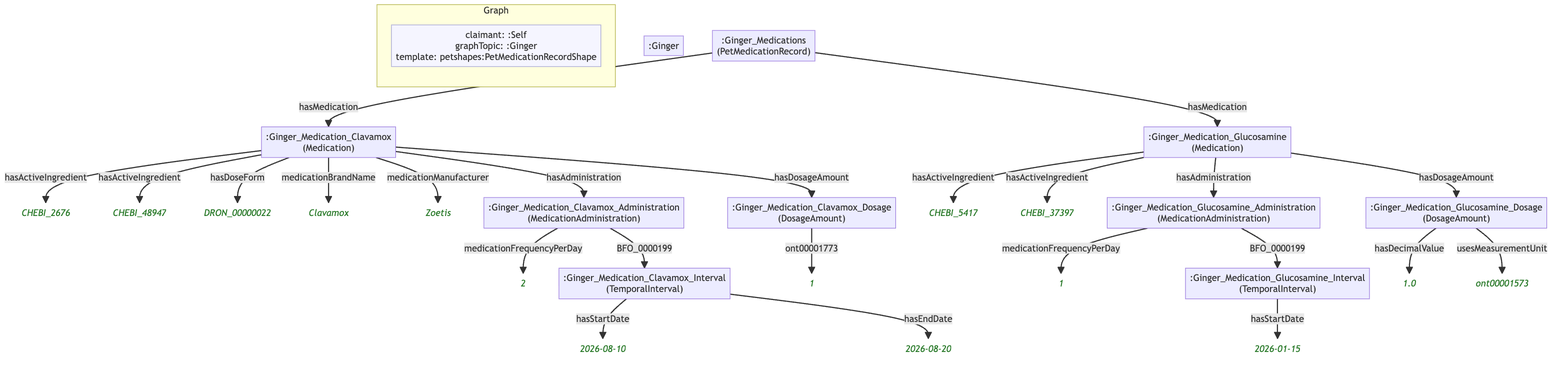
This is example/graphs/images/graph-32.png from MeeFoundation/mia-ontologies, a Mermaid export, as it was before one commit. Its source is kept beside it as example/graphs/images/graph-32.mmd.
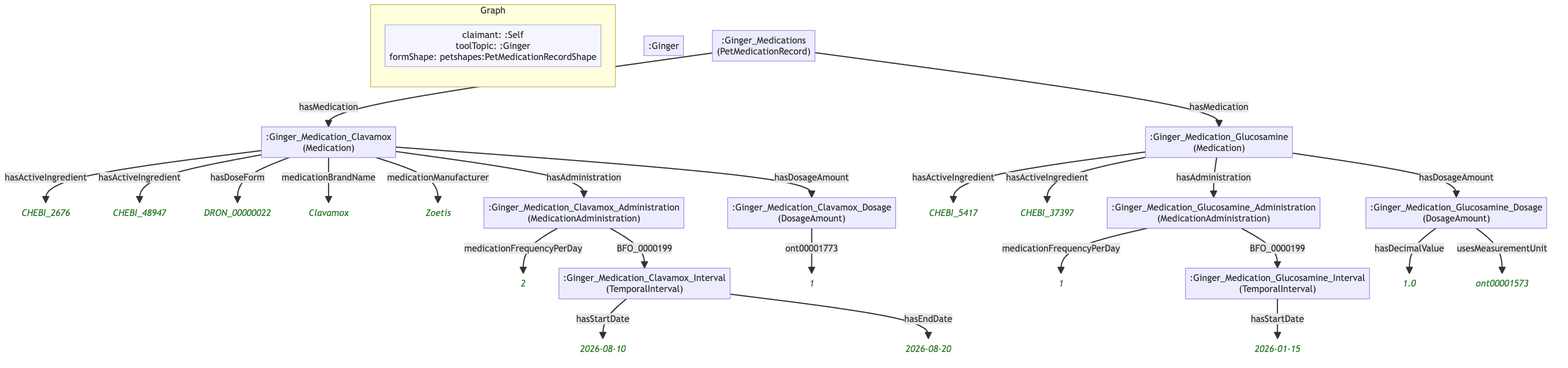
The same file after the commit.

Diff of the diagram source:
```diff
@@ -7,55 +7,55 @@
 
     subgraph ctx["Graph"]
         direction LR
-        ctx_meta["claimant: :Self\ngraphTopic: :Ginger\ntemplate: petshapes:PetMedicationRecordShape"]:::meta
+        ctx_meta["claimant: :Self\ntoolTopic: :Ginger\nformShape: petshapes:PetMedicationRecordShape"]:::meta
     end
 
-    nd44f902e3f9e[":Ginger"]
-    n522e3529c773[":Ginger_Medication_Clavamox\n(Medication)"]
-    n70ec3204b597("CHEBI_2676"):::lit
-    n0fec13ce0d41("CHEBI_48947"):::lit
-    n7f5f56257aba("DRON_00000022"):::lit
-    n0c2855e4586d("Clavamox"):::lit
-    n2fef7c6b8836("Zoetis"):::lit
-    n6b826f98f918[":Ginger_Medication_Clavamox_Dosage\n(DosageAmount)"]
-    n75117782fc2d[":Ginger_Medication_Clavamox_Administration\n(MedicationAdministration)"]
-    n9e255f126aaf("2"):::lit
-    n320d619d95a3[":Ginger_Medication_Clavamox_Interval\n(TemporalInterval)"]
-    n6ee0b95a3459("1"):::lit
-    n48e84d834332("2026-08-10"):::lit
-    nc1a46c35d155("2026-08-20"):::lit
-    n97a2a6cd305a[":Ginger_Medication_Glucosamine\n(Medication)"]
-    n932da3a6ec3f("CHEBI_5417"):::lit
-    nd3ced5c39e91("CHEBI_37397"):::lit
-    n036f964ddb0b[":Ginger_Medication_Glucosamine_Dosage\n(DosageAmount)"]
-    nde20efbb3d82[":Ginger_Medication_Glucosamine_Administration\n(MedicationAdministration)"]
-    nd31babbf8a3c("1"):::lit
-    n52641b9e32d5[":Ginger_Medication_Glucosamine_Interval\n(TemporalInterval)"]
-    n9392c085e74f("1.0"):::lit
-    n38a7a21dfdb5("ont00001573"):::lit
-    n83b5896f04dc("2026-01-15"):::lit
-    n6dd6d267adfc[":Ginger_Medications\n(PetMedicationRecord)"]
+    n8c49398c722e[":Ginger"]
+    necaf6f0a9b01[":Ginger_Medication_Clavamox\n(Medication)"]
+    n17dcf70f57c7("CHEBI_2676"):::lit
+    n5d0613638339("CHEBI_48947"):::lit
+    na93e495a4d4b("DRON_00000022"):::lit
+    n207b3499add0("Clavamox"):::lit
+    nf26d218574fc("Zoetis"):::lit
+    nc32c35310b69[":Ginger_Medication_Clavamox_Dosage\n(DosageAmount)"]
+    na85fe94ddb34[":Ginger_Medication_Clavamox_Administration\n(MedicationAdministration)"]
+    n136da128aa5d("2"):::lit
+    n1235b9a939c4[":Ginger_Medication_Clavamox_Interval\n(TemporalInterval)"]
+    ne6c6b9487cf7("1"):::lit
+    n5a2d41da5b88("2026-08-10"):::lit
+    n131f4f854a66("2026-08-20"):::lit
+    ne568a955bab4[":Ginger_Medication_Glucosamine\n(Medication)"]
+    n2e92ccc8998b("CHEBI_5417"):::lit
+    n2646c2e145da("CHEBI_37397"):::lit
+    n00ea6f03ba81[":Ginger_Medication_Glucosamine_Dosage\n(DosageAmount)"]
+    n573c4534e5b8[":Ginger_Medication_Glucosamine_Administration\n(MedicationAdministration)"]
+    ne3cbe1f669ee("1"):::lit
+    n73d74c70a9c0[":Ginger_Medication_Glucosamine_Interval\n(TemporalInterval)"]
+    n1e0198ebb806("1.0"):::lit
+    n8bd474f324ed("ont00001573"):::lit
+    n14b9b0c6ed26("2026-01-15"):::lit
+    n5f974f0a15c0[":Ginger_Medications\n(PetMedicationRecord)"]
 
-    n522e3529c773 -->|"hasActiveIngredient"| n70ec3204b597
-    n522e3529c773 -->|"hasActiveIngredient"| n0fec13ce0d41
-    n522e3529c773 -->|"hasDoseForm"| n7f5f56257aba
-    n522e3529c773 -->|"medicationBrandName"| n0c2855e4586d
-    n522e3529c773 -->|"medicationManufacturer"| n2fef7c6b8836
-    n522e3529c773 -->|"hasDosageAmount"| n6b826f98f918
-    n522e3529c773 -->|"hasAdministration"| n75117782fc2d
-    n75117782fc2d -->|"medicationFrequencyPerDay"| n9e255f126aaf
-    n75117782fc2d -->|"BFO_0000199"| n320d619d95a3
-    n6b826f98f918 -->|"ont00001773"| n6ee0b95a3459
-    n320d619d95a3 -->|"hasStartDate"| n48e84d834332
-    n320d619d95a3 -->|"hasEndDate"| nc1a46c35d155
-    n97a2a6cd305a -->|"hasActiveIngredient"| n932da3a6ec3f
-    n97a2a6cd305a -->|"hasActiveIngredient"| nd3ced5c39e91
-    n97a2a6cd305a -->|"hasDosageAmount"| n036f964ddb0b
-    n97a2a6cd305a -->|"hasAdministration"| nde20efbb3d82
-    nde20efbb3d82 -->|"medicationFrequencyPerDay"| nd31babbf8a3c
-    nde20efbb3d82 -->|"BFO_0000199"| n52641b9e32d5
-    n036f964ddb0b -->|"hasDecimalValue"| n9392c085e74f
-    n036f964ddb0b -->|"usesMeasurementUnit"| n38a7a21dfdb5
-    n52641b9e32d5 -->|"hasStartDate"| n83b5896f04dc
-    n6dd6d267adfc -->|"hasMedication"| n522e3529c773
-    n6dd6d267adfc -->|"hasMedication"| n97a2a6cd305a
+    necaf6f0a9b01 -->|"hasActiveIngredient"| n17dcf70f57c7
+    necaf6f0a9b01 -->|"hasActiveIngredient"| n5d0613638339
+    necaf6f0a9b01 -->|"hasDoseForm"| na93e495a4d4b
+    necaf6f0a9b01 -->|"medicationBrandName"| n207b3499add0
+    necaf6f0a9b01 -->|"medicationManufacturer"| nf26d218574fc
+    necaf6f0a9b01 -->|"hasDosageAmount"| nc32c35310b69
+    necaf6f0a9b01 -->|"hasAdministration"| na85fe94ddb34
+    na85fe94ddb34 -->|"medicationFrequencyPerDay"| n136da128aa5d
+    na85fe94ddb34 -->|"BFO_0000199"| n1235b9a939c4
+    nc32c35310b69 -->|"ont00001773"| ne6c6b9487cf7
+    n1235b9a939c4 -->|"hasStartDate"| n5a2d41da5b88
+    n1235b9a939c4 -->|"hasEndDate"| n131f4f854a66
+    ne568a955bab4 -->|"hasActiveIngredient"| n2e92ccc8998b
+    ne568a955bab4 -->|"hasActiveIngredient"| n2646c2e145da
+    ne568a955bab4 -->|"hasDosageAmount"| n00ea6f03ba81
+    ne568a955bab4 -->|"hasAdministration"| n573c4534e5b8
+    n573c4534e5b8 -->|"medicationFrequencyPerDay"| ne3cbe1f669ee
+    n573c4534e5b8 -->|"BFO_0000199"| n73d74c70a9c0
+    n00ea6f03ba81 -->|"hasDecimalValue"| n1e0198ebb806
+    n00ea6f03ba81 -->|"usesMeasurementUnit"| n8bd474f324ed
+    n73d74c70a9c0 -->|"hasStartDate"| n14b9b0c6ed26
+    n5f974f0a15c0 -->|"hasMedication"| necaf6f0a9b01
+    n5f974f0a15c0 -->|"hasMedication"| ne568a955bab4
```
